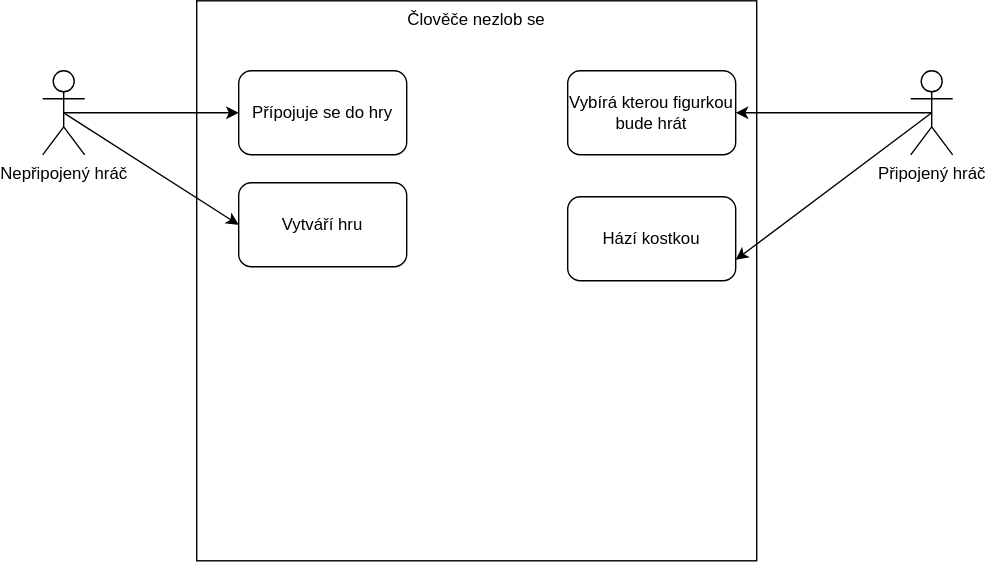
Earlier version of the draw.io export usecase.svg (sps-cl/3E-VAP-2425-CECH-KOWAL-KUNC). Source tidied: cells renumbered, new cells last; positions are measured from the earlier drawing's top-left corner, leaving out a move shared by most shapes.
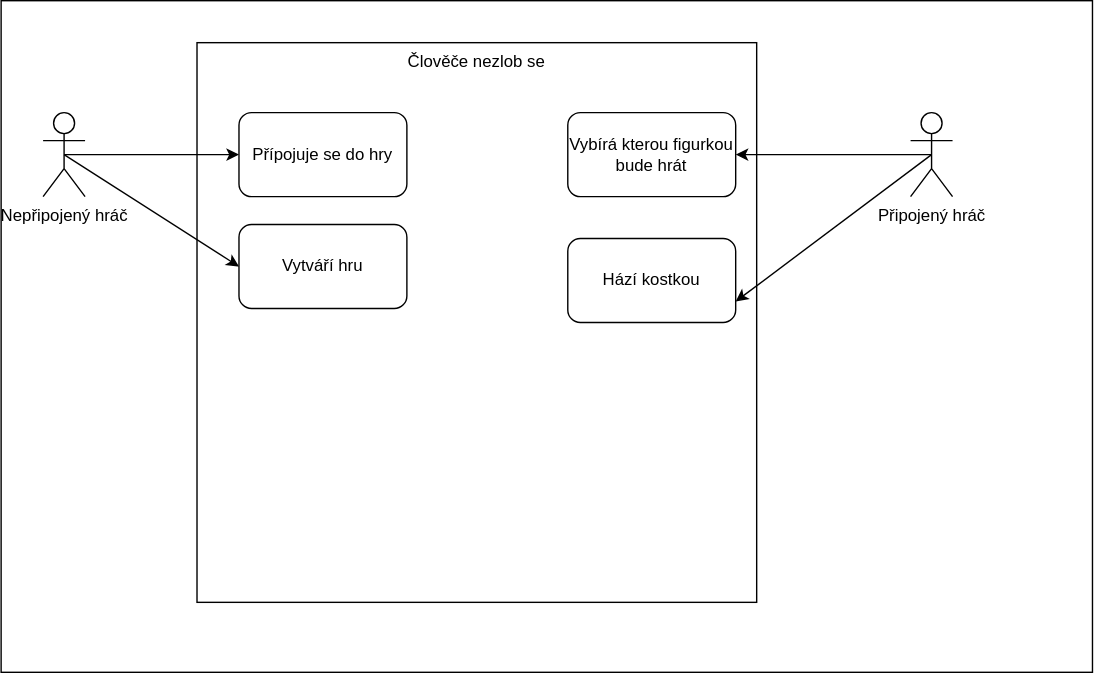
After the change.

Diff of the diagram source:
```diff
@@ -2,6 +2,9 @@
   <root>
     <mxCell id="0" />
     <mxCell id="1" parent="0" />
+    <mxCell id="13" style="rounded=0;whiteSpace=wrap;html=1;fillColor=default;" parent="1" vertex="1">
+      <mxGeometry x="-30" y="-30" width="780" height="480" as="geometry" />
+    </mxCell>
     <mxCell id="2" value="Člověče nezlob se" style="whiteSpace=wrap;html=1;labelPosition=center;verticalLabelPosition=middle;align=center;verticalAlign=top;fillColor=default;" parent="1" vertex="1">
       <mxGeometry x="110" width="400" height="400" as="geometry" />
     </mxCell>
```
